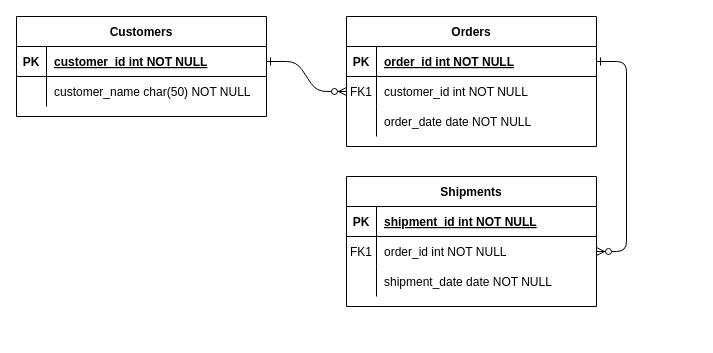
Above: Untitled Diagram.drawio in SeanRogan/PeakConditionsWeatherScraperApp (draw.io), before the change. Source tidied: cells renumbered, new cells numbered last; positions are measured from the earlier drawing's top-left corner, leaving out a move shared by most shapes. Both pictures are drawn from the tidied source at 100%, with x=0, y=0 at pixel (16, 16).
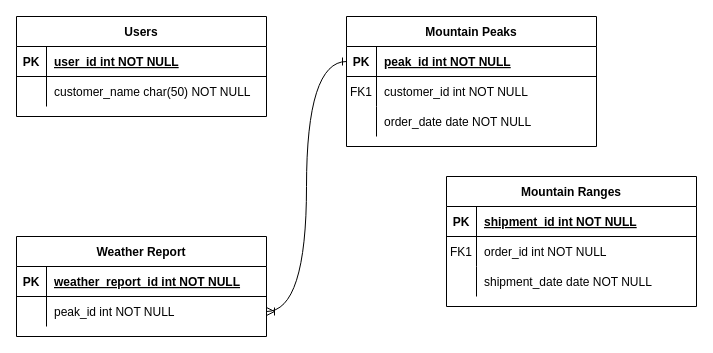
Above is the later version.

Unchanged cells that the change refers to:
```xml
<mxCell id="5" style="shape=partialRectangle;fillColor=none;points=[[0,0.5],[1,0.5]];portConstraint=eastwest;top=0;left=0;right=0;bottom=1;" parent="4" vertex="1">
  <mxGeometry y="30" width="250" height="30" as="geometry" />
</mxCell>
<mxCell id="8" style="shape=partialRectangle;fillColor=none;points=[[0,0.5],[1,0.5]];portConstraint=eastwest;top=0;left=0;right=0;bottom=0;" parent="4" vertex="1">
  <mxGeometry y="60" width="250" height="30" as="geometry" />
</mxCell>
<mxCell id="18" style="shape=partialRectangle;fillColor=none;points=[[0,0.5],[1,0.5]];portConstraint=eastwest;top=0;left=0;right=0;bottom=0;" parent="14" vertex="1">
  <mxGeometry y="60" width="250" height="30" as="geometry" />
</mxCell>
<mxCell id="25" style="shape=partialRectangle;fillColor=none;points=[[0,0.5],[1,0.5]];portConstraint=eastwest;top=0;left=0;right=0;bottom=1;" parent="24" vertex="1">
  <mxGeometry y="30" width="250" height="30" as="geometry" />
</mxCell>
```

What changed in the source:
```diff
@@
-    <mxCell id="2" style="edgeStyle=entityRelationEdgeStyle;endArrow=ERzeroToMany;startArrow=ERone;endFill=1;startFill=0;" parent="1" edge="1" source="25" target="8">
-      <mxGeometry relative="1" as="geometry" />
-    </mxCell>
-    <mxCell id="3" style="edgeStyle=entityRelationEdgeStyle;endArrow=ERzeroToMany;startArrow=ERone;endFill=1;startFill=0;" parent="1" edge="1" source="5" target="18">
-      <mxGeometry relative="1" as="geometry" />
-    </mxCell>
-    <mxCell id="4" value="Orders" style="shape=table;startSize=30;childLayout=tableLayout;rowLines=0;fontStyle=1;align=center;" parent="1" vertex="1">
+    <mxCell id="4" value="Mountain Peaks" style="shape=table;startSize=30;childLayout=tableLayout;rowLines=0;fontStyle=1;align=center;" parent="1" vertex="1">
       <mxGeometry x="330" width="250" height="130" as="geometry" />
     </mxCell>
@@
-    <mxCell id="7" value="order_id int NOT NULL " style="shape=partialRectangle;overflow=hidden;fillColor=none;top=0;left=0;bottom=0;right=0;align=left;spacingLeft=6;fontStyle=5;" parent="5" vertex="1">
+    <mxCell id="7" value="peak_id int NOT NULL " style="shape=partialRectangle;overflow=hidden;fillColor=none;top=0;left=0;bottom=0;right=0;align=left;spacingLeft=6;fontStyle=5;" parent="5" vertex="1">
       <mxGeometry x="30" width="220" height="30" as="geometry" />
     </mxCell>
@@
-    <mxCell id="14" value="Shipments" style="shape=table;startSize=30;childLayout=tableLayout;rowLines=0;fontStyle=1;align=center;" parent="1" vertex="1">
-      <mxGeometry x="330" y="160" width="250" height="130" as="geometry" />
+    <mxCell id="14" value="Mountain Ranges" style="shape=table;startSize=30;childLayout=tableLayout;rowLines=0;fontStyle=1;align=center;" parent="1" vertex="1">
+      <mxGeometry x="430" y="160" width="250" height="130" as="geometry" />
     </mxCell>
@@
-    <mxCell id="24" value="Customers" style="shape=table;startSize=30;childLayout=tableLayout;rowLines=0;fontStyle=1;align=center;" parent="1" vertex="1">
+    <mxCell id="24" value="Users" style="shape=table;startSize=30;childLayout=tableLayout;rowLines=0;fontStyle=1;align=center;" parent="1" vertex="1">
       <mxGeometry width="250" height="100" as="geometry" />
     </mxCell>
@@
-    <mxCell id="27" value="customer_id int NOT NULL " style="shape=partialRectangle;overflow=hidden;fillColor=none;top=0;left=0;bottom=0;right=0;align=left;spacingLeft=6;fontStyle=5;" parent="25" vertex="1">
+    <mxCell id="27" value="user_id int NOT NULL " style="shape=partialRectangle;overflow=hidden;fillColor=none;top=0;left=0;bottom=0;right=0;align=left;spacingLeft=6;fontStyle=5;" parent="25" vertex="1">
       <mxGeometry x="30" width="220" height="30" as="geometry" />
     </mxCell>
@@
+    <mxCell id="31" value="Weather Report" style="shape=table;startSize=30;childLayout=tableLayout;rowLines=0;fontStyle=1;align=center;" parent="1" vertex="1">
+      <mxGeometry y="220" width="250" height="100" as="geometry" />
+    </mxCell>
+    <mxCell id="32" style="shape=partialRectangle;fillColor=none;top=0;left=0;right=0;bottom=1;" parent="31" vertex="1">
+      <mxGeometry y="30" width="250" height="30" as="geometry" />
+    </mxCell>
+    <mxCell id="33" value="PK" style="shape=partialRectangle;overflow=hidden;fillColor=none;top=0;left=0;bottom=0;right=0;fontStyle=1;" parent="32" vertex="1">
+      <mxGeometry width="30" height="30" as="geometry" />
+    </mxCell>
+    <mxCell id="34" value="weather_report_id int NOT NULL " style="shape=partialRectangle;overflow=hidden;fillColor=none;top=0;left=0;bottom=0;right=0;align=left;spacingLeft=6;fontStyle=5;" parent="32" vertex="1">
+      <mxGeometry x="30" width="220" height="30" as="geometry" />
+    </mxCell>
+    <mxCell id="35" style="shape=partialRectangle;fillColor=none;points=[[0,0.5],[1,0.5]];portConstraint=eastwest;top=0;left=0;right=0;bottom=0;" parent="31" vertex="1">
+      <mxGeometry y="60" width="250" height="30" as="geometry" />
+    </mxCell>
+    <mxCell id="36" style="shape=partialRectangle;overflow=hidden;fillColor=none;top=0;left=0;bottom=0;right=0;" parent="35" vertex="1">
+      <mxGeometry width="30" height="30" as="geometry" />
+    </mxCell>
+    <mxCell id="37" value="peak_id int NOT NULL" style="shape=partialRectangle;overflow=hidden;fillColor=none;top=0;left=0;bottom=0;right=0;align=left;spacingLeft=6;" parent="35" vertex="1">
+      <mxGeometry x="30" width="220" height="30" as="geometry" />
+    </mxCell>
+    <mxCell id="38" style="edgeStyle=orthogonalEdgeStyle;curved=1;jettySize=auto;html=1;exitX=1;exitY=0.5;exitDx=0;exitDy=0;entryX=0;entryY=0.5;entryDx=0;entryDy=0;startArrow=ERoneToMany;startFill=0;endArrow=ERone;endFill=0;" parent="1" edge="1" source="35" target="5">
+      <mxGeometry relative="1" as="geometry" />
+    </mxCell>
```
